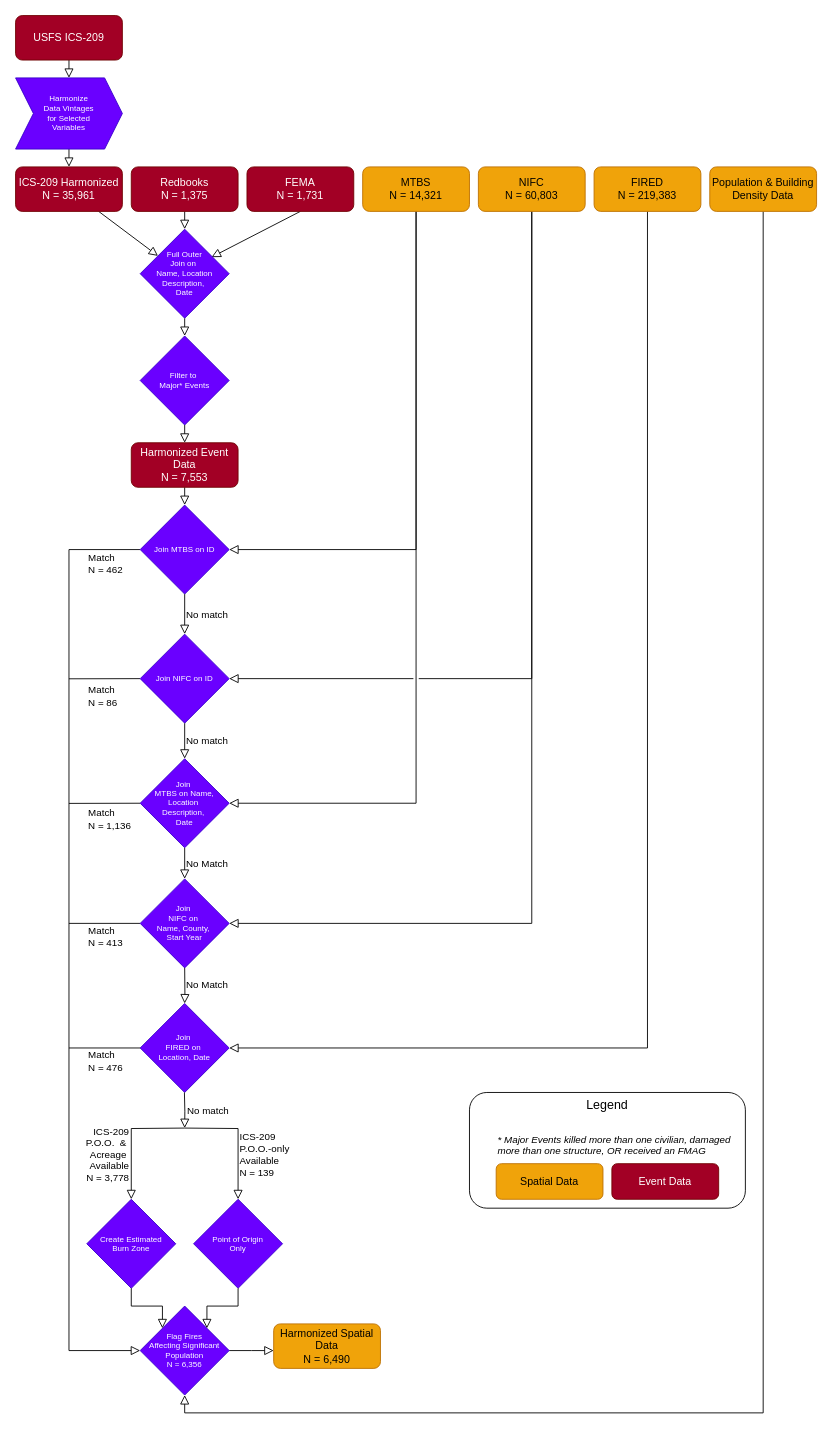
Before: docs-site/docs/wildfire_disasters_lite_diagram.drawio in lpiep/wfbz_disasters_lite, a draw.io diagram. Source tidied: cells renumbered, new cells numbered last; positions are measured from the earlier drawing's top-left corner, leaving out a move shared by most shapes. Both pictures are drawn from the tidied source at 89%, with x=0, y=0 at pixel (15, 15).
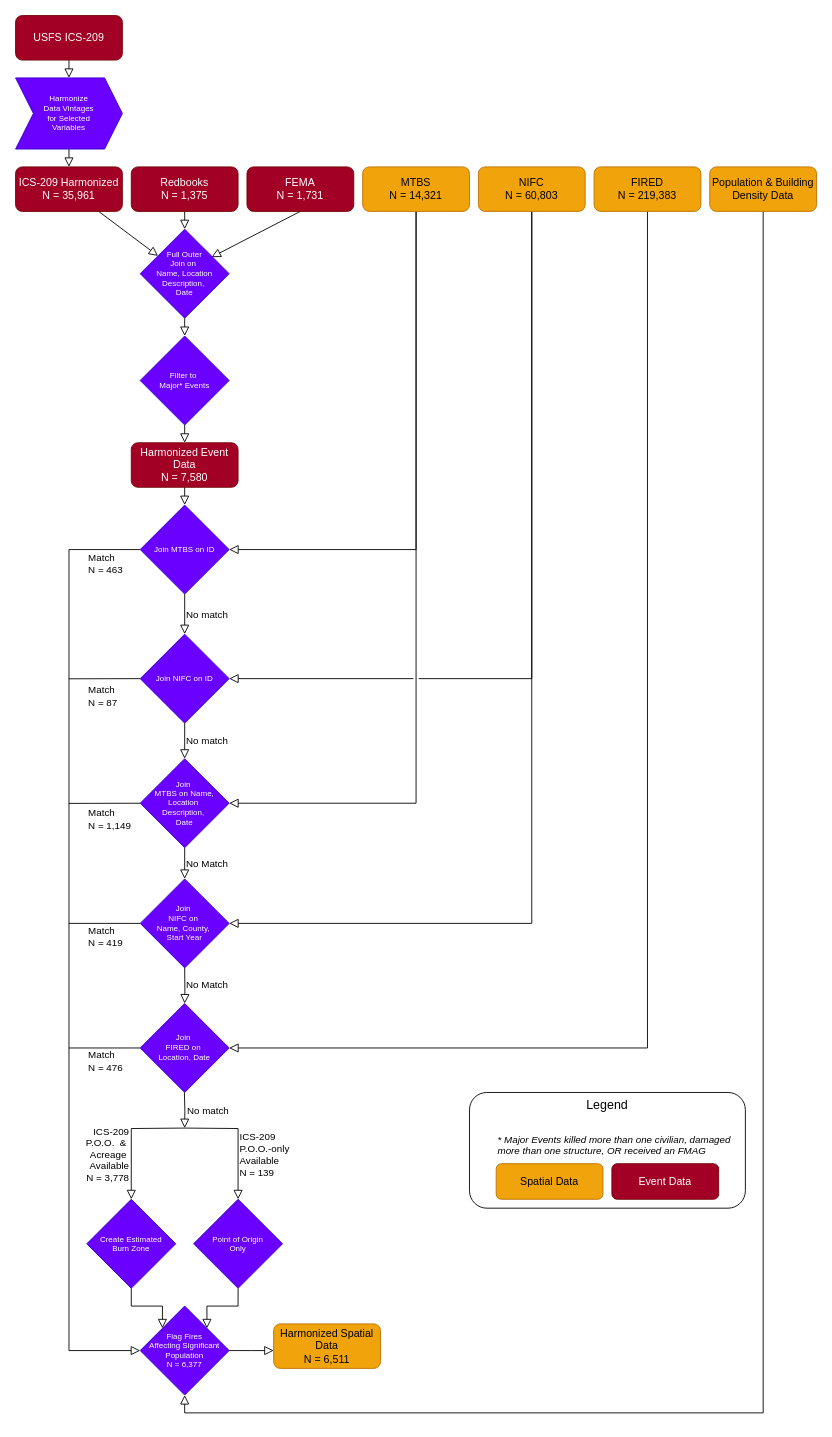
The same page after the edit.

Commit message:
update numbers in flowchart

Diff of the diagram source:
```diff
@@
-    <mxCell id="14" value="Harmonized Event Data&lt;div&gt;N = 7,553&lt;/div&gt;" style="rounded=1;whiteSpace=wrap;html=1;fontSize=12;glass=0;strokeWidth=1;shadow=0;fillColor=#a20025;strokeColor=#6F0000;fontColor=#ffffff;" parent="1" vertex="1">
+    <mxCell id="14" value="Harmonized Event Data&lt;div&gt;N = 7,580&lt;/div&gt;" style="rounded=1;whiteSpace=wrap;html=1;fontSize=12;glass=0;strokeWidth=1;shadow=0;fillColor=#a20025;strokeColor=#6F0000;fontColor=#ffffff;" parent="1" vertex="1">
       <mxGeometry x="130" y="480" width="120" height="50" as="geometry" />
     </mxCell>
@@
-    <mxCell id="28" value="Match&lt;div&gt;N = 462&lt;/div&gt;" style="text;html=1;align=left;verticalAlign=middle;whiteSpace=wrap;rounded=0;fontFamily=Helvetica;fontSize=11;fontColor=default;labelBackgroundColor=none;" parent="1" vertex="1">
+    <mxCell id="28" value="Match&lt;div&gt;N = 463&lt;/div&gt;" style="text;html=1;align=left;verticalAlign=middle;whiteSpace=wrap;rounded=0;fontFamily=Helvetica;fontSize=11;fontColor=default;labelBackgroundColor=none;" parent="1" vertex="1">
       <mxGeometry x="80" y="601" width="60" height="30" as="geometry" />
     </mxCell>
-    <mxCell id="29" value="Match&lt;div&gt;N = 86&lt;/div&gt;" style="text;html=1;align=left;verticalAlign=middle;whiteSpace=wrap;rounded=0;fontFamily=Helvetica;fontSize=11;fontColor=default;labelBackgroundColor=none;" parent="1" vertex="1">
+    <mxCell id="29" value="Match&lt;div&gt;N = 87&lt;/div&gt;" style="text;html=1;align=left;verticalAlign=middle;whiteSpace=wrap;rounded=0;fontFamily=Helvetica;fontSize=11;fontColor=default;labelBackgroundColor=none;" parent="1" vertex="1">
       <mxGeometry x="80" y="750" width="60" height="30" as="geometry" />
     </mxCell>
-    <mxCell id="30" value="Match&lt;div&gt;N = 1,136&lt;/div&gt;" style="text;html=1;align=left;verticalAlign=middle;whiteSpace=wrap;rounded=0;fontFamily=Helvetica;fontSize=11;fontColor=default;labelBackgroundColor=none;" parent="1" vertex="1">
+    <mxCell id="30" value="Match&lt;div&gt;N = 1,149&lt;/div&gt;" style="text;html=1;align=left;verticalAlign=middle;whiteSpace=wrap;rounded=0;fontFamily=Helvetica;fontSize=11;fontColor=default;labelBackgroundColor=none;" parent="1" vertex="1">
       <mxGeometry x="80" y="888" width="60" height="30" as="geometry" />
     </mxCell>
-    <mxCell id="31" value="Match&lt;div&gt;N = 413&lt;/div&gt;" style="text;html=1;align=left;verticalAlign=middle;whiteSpace=wrap;rounded=0;fontFamily=Helvetica;fontSize=11;fontColor=default;labelBackgroundColor=none;" parent="1" vertex="1">
+    <mxCell id="31" value="Match&lt;div&gt;N = 419&lt;/div&gt;" style="text;html=1;align=left;verticalAlign=middle;whiteSpace=wrap;rounded=0;fontFamily=Helvetica;fontSize=11;fontColor=default;labelBackgroundColor=none;" parent="1" vertex="1">
       <mxGeometry x="80" y="1020" width="60" height="30" as="geometry" />
     </mxCell>
@@
-    <mxCell id="35" value="Flag Fires&lt;div&gt;Affecting Significant&lt;/div&gt;&lt;div&gt;Population&lt;/div&gt;&lt;div&gt;N = 6,356&lt;/div&gt;" style="rhombus;whiteSpace=wrap;html=1;fontFamily=Helvetica;fontSize=9;fontColor=#ffffff;labelBackgroundColor=none;fillColor=#6a00ff;strokeColor=#3700CC;" parent="1" vertex="1">
+    <mxCell id="35" value="Flag Fires&lt;div&gt;Affecting Significant&lt;/div&gt;&lt;div&gt;Population&lt;/div&gt;&lt;div&gt;N = 6,377&lt;/div&gt;" style="rhombus;whiteSpace=wrap;html=1;fontFamily=Helvetica;fontSize=9;fontColor=#ffffff;labelBackgroundColor=none;fillColor=#6a00ff;strokeColor=#3700CC;" parent="1" vertex="1">
       <mxGeometry x="140" y="1450" width="100" height="100" as="geometry" />
     </mxCell>
@@
-    <mxCell id="37" value="Harmonized Spatial Data&lt;div&gt;N = 6,490&lt;/div&gt;" style="rounded=1;whiteSpace=wrap;html=1;fontSize=12;glass=0;strokeWidth=1;shadow=0;fillColor=#f0a30a;strokeColor=#BD7000;fontColor=#000000;" parent="1" vertex="1">
+    <mxCell id="37" value="Harmonized Spatial Data&lt;div&gt;N = 6,511&lt;/div&gt;" style="rounded=1;whiteSpace=wrap;html=1;fontSize=12;glass=0;strokeWidth=1;shadow=0;fillColor=#f0a30a;strokeColor=#BD7000;fontColor=#000000;" parent="1" vertex="1">
       <mxGeometry x="290" y="1470" width="120" height="50" as="geometry" />
     </mxCell>
```
